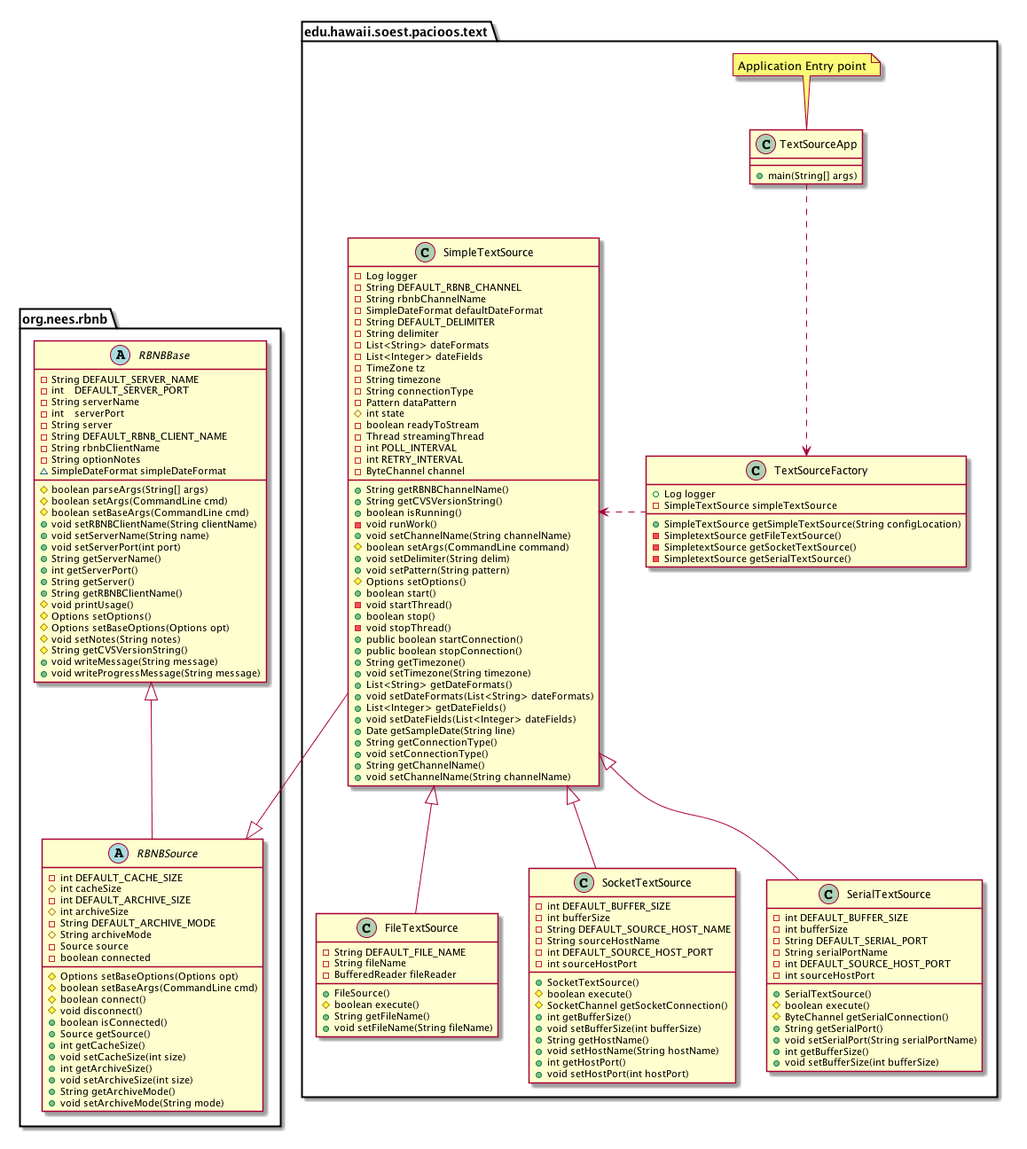
This is docs/dev/design/rbnb-drivers-class-diagram.png from csjx/realtime-data, a PlantUML export, as it was before one commit.
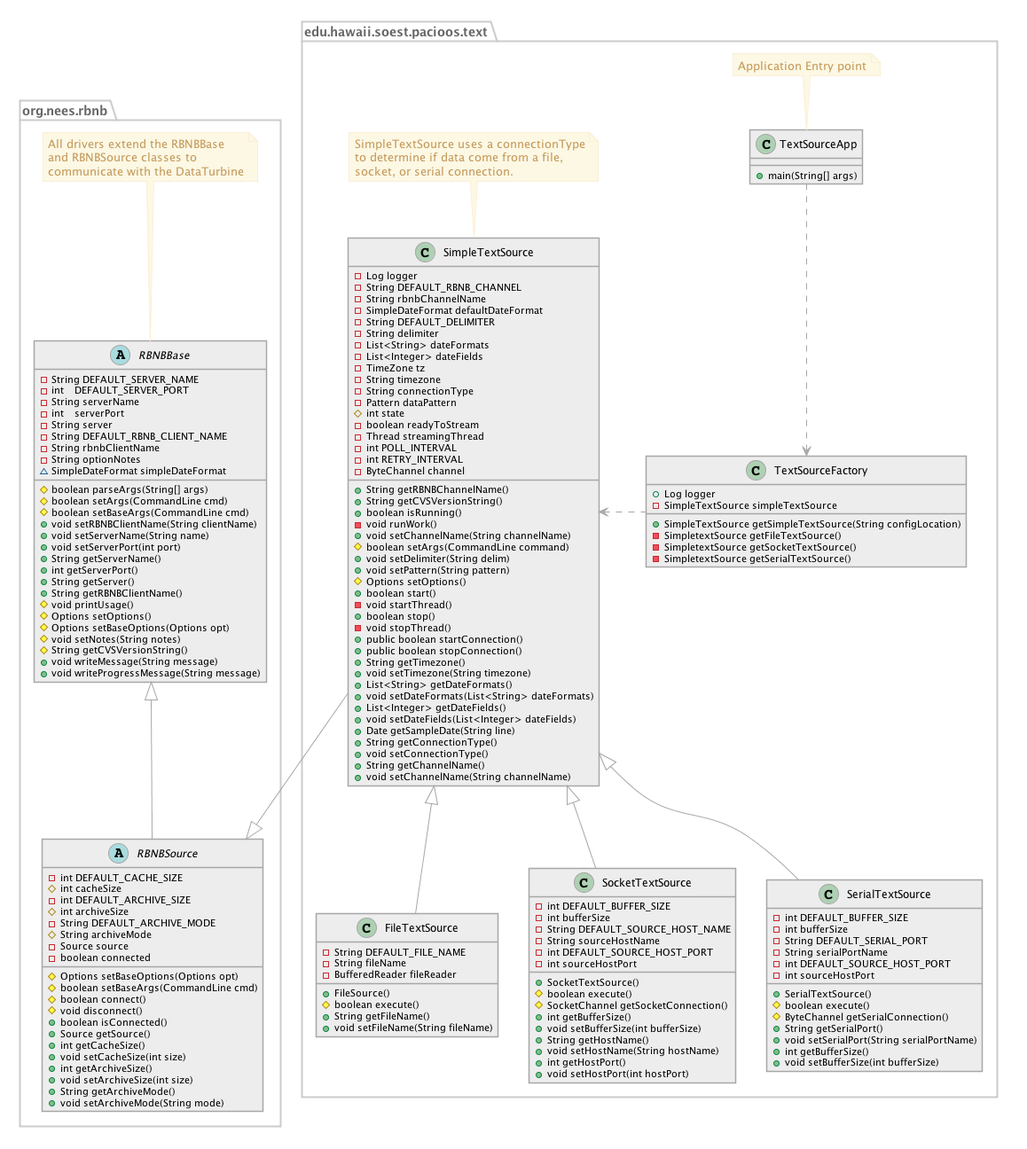
After the commit.

Commit message:
Add minor styling to the class diagram.

Diff of the diagram source:
```diff
@@ -1,8 +1,34 @@
-@startuml
-skinparam layout twopi
-skinparam linetype ortho
+@startuml rbnb-drivers-class-diagram.png
+
+
+skinparam shadowing false
+
+skinparam class {
+  BackgroundColor #EDEDED
+  BorderColor #A7A7A7
+  ArrowColor #A7A7A7
+
+}
+
+skinparam noteFontColor #C49858
+skinparam note {
+  BackgroundColor #FCF8E4
+  BorderColor #FCEED6
+
+}
+
+skinparam packageFontColor #666666
+skinparam package {
+  BorderColor #CCCCCC
+}
+
 package org.nees.rbnb {
 
+  note top of RBNBBase
+    All drivers extend the RBNBBase
+    and RBNBSource classes to
+    communicate with the DataTurbine
+  end note
   abstract class RBNBBase {
 
     - String DEFAULT_SERVER_NAME
@@ -64,6 +90,7 @@
 
 RBNBBase <|-- RBNBSource
 
+
 package edu.hawaii.soest.pacioos.text {
 
   class TextSourceApp {
@@ -85,6 +112,12 @@
   }
 
   TextSourceApp .d.> TextSourceFactory
+
+  note top of SimpleTextSource
+      SimpleTextSource uses a connectionType
+      to determine if data come from a file,
+      socket, or serial connection.
+  end note
 
   class SimpleTextSource {
     -Log logger
@@ -189,4 +222,4 @@
 
 }
 
- @enduml
+@enduml
```
